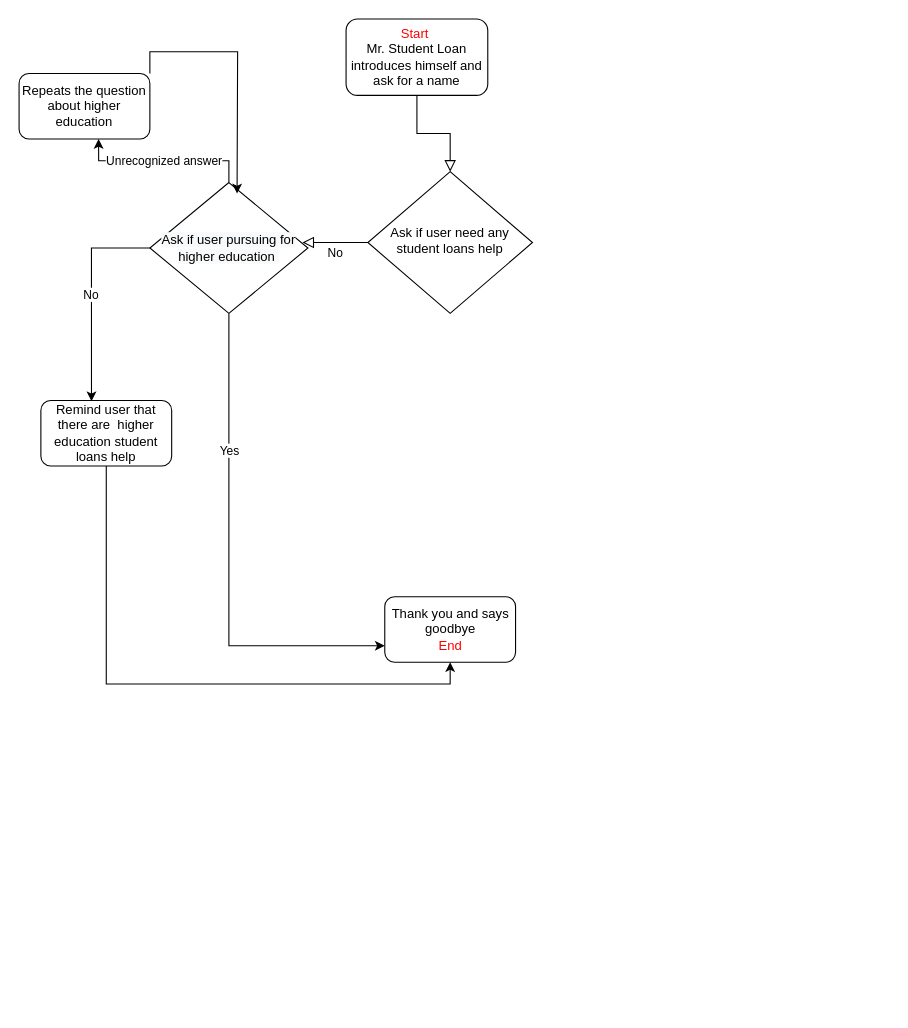
The draw.io diagram Untitled Diagram.drawio in dennisorellana2/Big_Data, before the edit. Source tidied: cells renumbered, new cells numbered last; positions are measured from the earlier drawing's top-left corner, leaving out a move shared by most shapes. Both pictures are drawn from the tidied source at 109%, with x=0, y=0 at pixel (19, 19).
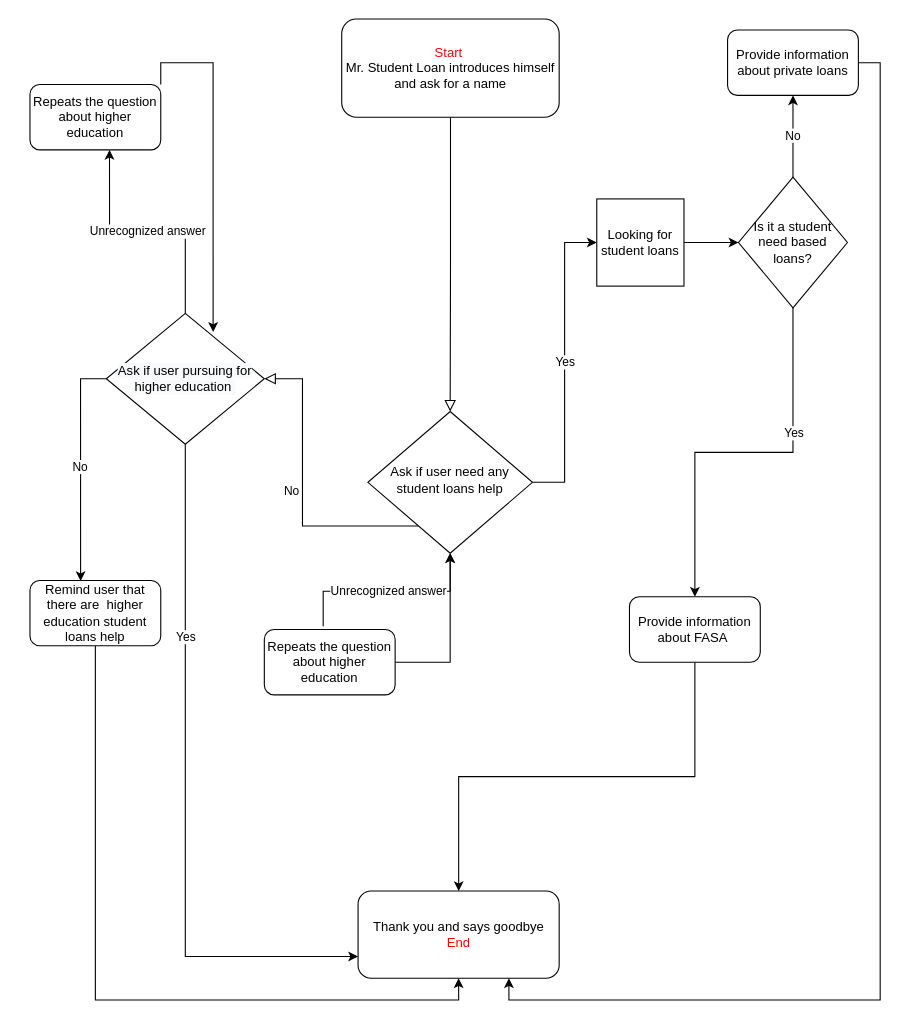
The same page after the edit.

Diff of the diagram source:
```diff
@@
     <mxCell id="3" value="&lt;font color=&quot;#ff0000&quot;&gt;Start&amp;nbsp;&lt;/font&gt;&lt;br&gt;Mr. Student Loan introduces himself and ask for a name" style="rounded=1;whiteSpace=wrap;html=1;fontSize=12;glass=0;strokeWidth=1;shadow=0;" parent="1" vertex="1">
-      <mxGeometry x="300" width="130" height="70" as="geometry" />
+      <mxGeometry x="296" width="199.5" height="90" as="geometry" />
     </mxCell>
-    <mxCell id="4" value="No" style="edgeStyle=orthogonalEdgeStyle;rounded=0;html=1;jettySize=auto;fontSize=11;endArrow=block;endFill=0;endSize=8;strokeWidth=1;shadow=0;labelBackgroundColor=none;" parent="1" edge="1" source="5">
+    <mxCell id="4" value="No" style="edgeStyle=orthogonalEdgeStyle;rounded=0;html=1;jettySize=auto;fontSize=11;endArrow=block;endFill=0;endSize=8;strokeWidth=1;shadow=0;labelBackgroundColor=none;entryX=1;entryY=0.5;entryDx=0;entryDy=0;" parent="1" edge="1" source="5" target="13">
       <mxGeometry y="10" relative="1" as="geometry">
-        <mxPoint x="260" y="205" as="targetPoint" />
+        <Array as="points">
+          <mxPoint x="260" y="465" />
+          <mxPoint x="260" y="330" />
+        </Array>
       </mxGeometry>
     </mxCell>
+    <mxCell id="16" value="Yes" style="edgeStyle=orthogonalEdgeStyle;rounded=0;jettySize=auto;html=1;exitX=1;exitY=0.5;exitDx=0;exitDy=0;entryX=0;entryY=0.5;entryDx=0;entryDy=0;" parent="1" edge="1" source="5" target="20">
+      <mxGeometry relative="1" as="geometry" />
+    </mxCell>
     <mxCell id="5" value="Ask if user need any student loans help" style="rhombus;whiteSpace=wrap;html=1;shadow=0;fontFamily=Helvetica;fontSize=12;align=center;strokeWidth=1;spacing=6;spacingTop=-4;" parent="1" vertex="1">
-      <mxGeometry x="320" y="140" width="151" height="130" as="geometry" />
+      <mxGeometry x="320" y="360" width="151" height="130" as="geometry" />
     </mxCell>
     <mxCell id="6" value="Thank you and says goodbye&lt;br&gt;&lt;font color=&quot;#ff0000&quot;&gt;End&lt;/font&gt;" style="rounded=1;whiteSpace=wrap;html=1;" parent="1" vertex="1">
-      <mxGeometry x="335.5" y="530" width="120" height="60" as="geometry" />
+      <mxGeometry x="311" y="800" width="184.5" height="80" as="geometry" />
     </mxCell>
@@
     <mxCell id="8" value="Remind user that there are&amp;nbsp; higher education student loans help" style="rounded=1;whiteSpace=wrap;html=1;" parent="1" vertex="1">
-      <mxGeometry x="20" y="350" width="120" height="60" as="geometry" />
+      <mxGeometry x="10" y="515" width="120" height="60" as="geometry" />
     </mxCell>
@@
     <mxCell id="13" value="&#10;&#10;&lt;span style=&quot;color: rgb(0, 0, 0); font-family: helvetica; font-size: 12px; font-style: normal; font-weight: 400; letter-spacing: normal; text-align: center; text-indent: 0px; text-transform: none; word-spacing: 0px; background-color: rgb(248, 249, 250); display: inline; float: none;&quot;&gt;Ask if user pursuing for higher education&amp;nbsp;&lt;/span&gt;&#10;&#10;" style="rhombus;whiteSpace=wrap;html=1;" parent="1" vertex="1">
-      <mxGeometry x="120" y="150" width="145" height="120" as="geometry" />
+      <mxGeometry x="80" y="270" width="145" height="120" as="geometry" />
     </mxCell>
-    <mxCell id="14" style="edgeStyle=orthogonalEdgeStyle;rounded=0;jettySize=auto;html=1;exitX=1;exitY=0;exitDx=0;exitDy=0;" parent="1" edge="1" source="15">
+    <mxCell id="14" style="edgeStyle=orthogonalEdgeStyle;rounded=0;jettySize=auto;html=1;exitX=1;exitY=0;exitDx=0;exitDy=0;entryX=0.676;entryY=0.142;entryDx=0;entryDy=0;entryPerimeter=0;" parent="1" edge="1" source="15" target="13">
       <mxGeometry relative="1" as="geometry">
-        <mxPoint x="200" y="160" as="targetPoint" />
+        <Array as="points">
+          <mxPoint x="130" y="40" />
+          <mxPoint x="178" y="40" />
+        </Array>
       </mxGeometry>
     </mxCell>
     <mxCell id="15" value="Repeats the question about higher education" style="rounded=1;whiteSpace=wrap;html=1;" parent="1" vertex="1">
-      <mxGeometry y="50" width="120" height="60" as="geometry" />
+      <mxGeometry x="10" y="60" width="120" height="60" as="geometry" />
     </mxCell>
+    <mxCell id="17" style="edgeStyle=orthogonalEdgeStyle;rounded=0;jettySize=auto;html=1;exitX=1;exitY=0.5;exitDx=0;exitDy=0;entryX=0.75;entryY=1;entryDx=0;entryDy=0;" parent="1" edge="1" source="18" target="6">
+      <mxGeometry relative="1" as="geometry" />
+    </mxCell>
+    <mxCell id="18" value="Provide information about private loans" style="rounded=1;whiteSpace=wrap;html=1;" parent="1" vertex="1">
+      <mxGeometry x="650" y="10" width="120" height="60" as="geometry" />
+    </mxCell>
+    <mxCell id="19" style="edgeStyle=orthogonalEdgeStyle;rounded=0;jettySize=auto;html=1;exitX=1;exitY=0.5;exitDx=0;exitDy=0;entryX=0.5;entryY=1;entryDx=0;entryDy=0;" parent="1" edge="1" source="20" target="24">
+      <mxGeometry relative="1" as="geometry" />
+    </mxCell>
+    <mxCell id="20" value="Looking for student loans" style="whiteSpace=wrap;html=1;" parent="1" vertex="1">
+      <mxGeometry x="530" y="165" width="80" height="80" as="geometry" />
+    </mxCell>
+    <mxCell id="21" value="No" style="edgeStyle=orthogonalEdgeStyle;rounded=0;jettySize=auto;html=1;exitX=0;exitY=0.5;exitDx=0;exitDy=0;entryX=0.5;entryY=1;entryDx=0;entryDy=0;" parent="1" edge="1" source="24" target="18">
+      <mxGeometry relative="1" as="geometry" />
+    </mxCell>
+    <mxCell id="22" style="edgeStyle=orthogonalEdgeStyle;rounded=0;jettySize=auto;html=1;exitX=1;exitY=0.5;exitDx=0;exitDy=0;entryX=0.5;entryY=0;entryDx=0;entryDy=0;" parent="1" edge="1" source="24" target="26">
+      <mxGeometry relative="1" as="geometry" />
+    </mxCell>
+    <mxCell id="23" value="Yes" style="edgeLabel;html=1;align=center;verticalAlign=middle;" parent="22" vertex="1">
+      <mxGeometry x="-0.36" relative="1" as="geometry" />
+    </mxCell>
+    <mxCell id="24" value="Is it a student need based loans?" style="rhombus;whiteSpace=wrap;html=1;direction=south;" parent="1" vertex="1">
+      <mxGeometry x="660" y="145" width="100" height="120" as="geometry" />
+    </mxCell>
+    <mxCell id="25" style="edgeStyle=orthogonalEdgeStyle;rounded=0;jettySize=auto;html=1;exitX=0.5;exitY=1;exitDx=0;exitDy=0;" parent="1" edge="1" source="26" target="6">
+      <mxGeometry relative="1" as="geometry" />
+    </mxCell>
+    <mxCell id="26" value="&lt;span&gt;Provide information about FASA&amp;nbsp;&lt;/span&gt;" style="rounded=1;whiteSpace=wrap;html=1;" parent="1" vertex="1">
+      <mxGeometry x="560" y="530" width="120" height="60" as="geometry" />
+    </mxCell>
+    <mxCell id="27" style="edgeStyle=orthogonalEdgeStyle;rounded=0;jettySize=auto;html=1;exitX=1;exitY=0.5;exitDx=0;exitDy=0;" parent="1" edge="1" source="28" target="5">
+      <mxGeometry relative="1" as="geometry" />
+    </mxCell>
+    <mxCell id="28" value="Repeats the question about higher education" style="rounded=1;whiteSpace=wrap;html=1;" parent="1" vertex="1">
+      <mxGeometry x="225" y="560" width="120" height="60" as="geometry" />
+    </mxCell>
+    <mxCell id="29" value="Unrecognized answer" style="edgeStyle=orthogonalEdgeStyle;rounded=0;jettySize=auto;html=1;exitX=0.45;exitY=-0.05;exitDx=0;exitDy=0;entryX=0.5;entryY=1;entryDx=0;entryDy=0;exitPerimeter=0;" parent="1" edge="1" source="28" target="5">
+      <mxGeometry relative="1" as="geometry" />
+    </mxCell>
```
